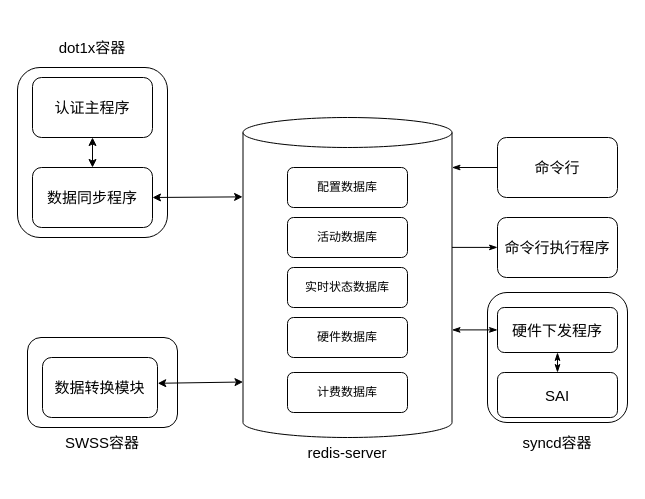
This is 系统结构图.drawio from PATORITU/PATORITU, a draw.io file, before an edit. Source tidied: cells renumbered, new cells numbered last; positions are measured from the earlier drawing's top-left corner, leaving out a move shared by most shapes. Both pictures are drawn from the tidied source at 100%, with x=0, y=0 at pixel (17, 17).
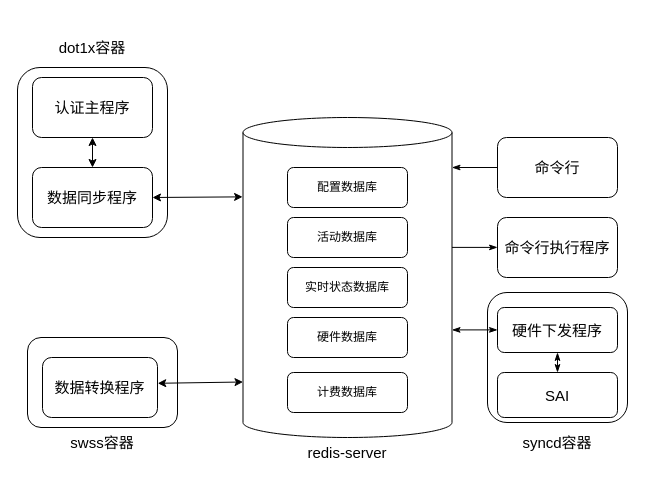
After the change.

Commit message (it also covers changes not shown here):
更新系统结构图.drawio

What changed in the source:
```diff
@@
-    <mxCell id="5" value="&lt;font style=&quot;font-size: 15px;&quot;&gt;SWSS容器&lt;/font&gt;" style="rounded=0;whiteSpace=wrap;html=1;strokeColor=none;" parent="1" vertex="1">
+    <mxCell id="5" value="&lt;font style=&quot;font-size: 15px;&quot;&gt;swss容器&lt;/font&gt;" style="rounded=0;whiteSpace=wrap;html=1;strokeColor=none;" parent="1" vertex="1">
       <mxGeometry x="25" y="395" width="120" height="60" as="geometry" />
     </mxCell>
@@
-    <mxCell id="8" value="&lt;span style=&quot;font-size: 15px;&quot;&gt;数据转换模块&lt;/span&gt;" style="rounded=1;whiteSpace=wrap;html=1;" parent="1" vertex="1">
+    <mxCell id="8" value="&lt;span style=&quot;font-size: 15px;&quot;&gt;数据转换程序&lt;/span&gt;" style="rounded=1;whiteSpace=wrap;html=1;" parent="1" vertex="1">
       <mxGeometry x="25" y="340" width="115" height="60" as="geometry" />
     </mxCell>
```
